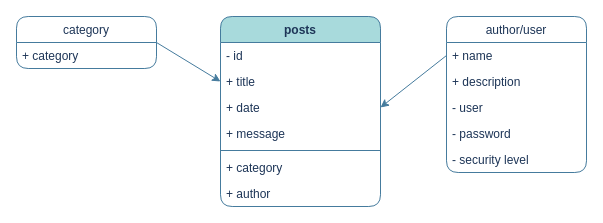
Earlier version of the draw.io diagram Doc/blog_bd.drawio (mendesleu/Projeto-Blog). Source tidied: cells renumbered, new cells numbered last; positions are measured from the earlier drawing's top-left corner, leaving out a move shared by most shapes. Both pictures are drawn from the tidied source at 100%, with x=0, y=0 at pixel (16, 16).
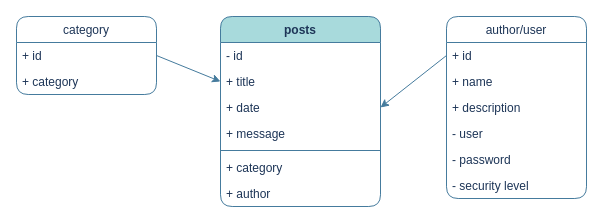
Above is the later version.

The edit, as a diff of the source:
```diff
@@
     <mxCell id="3" value="category" style="swimlane;fontStyle=0;horizontal=1;startSize=26;fillColor=none;strokeColor=#457B9D;fontColor=#1D3557;rounded=1;" parent="1" vertex="1">
-      <mxGeometry width="140" height="52" as="geometry" />
+      <mxGeometry width="140" height="78" as="geometry" />
     </mxCell>
-    <mxCell id="4" value="+ category" style="text;strokeColor=none;fillColor=none;align=left;verticalAlign=top;spacingLeft=4;spacingRight=4;overflow=hidden;fontColor=#1D3557;rounded=1;" parent="3" vertex="1">
+    <mxCell id="4" value="+ id" style="text;strokeColor=none;fillColor=none;align=left;verticalAlign=top;spacingLeft=4;spacingRight=4;overflow=hidden;fontColor=#1D3557;rounded=1;" parent="3" vertex="1">
       <mxGeometry y="26" width="140" height="26" as="geometry" />
     </mxCell>
+    <mxCell id="20" value="+ category" style="text;strokeColor=none;fillColor=none;align=left;verticalAlign=top;spacingLeft=4;spacingRight=4;overflow=hidden;fontColor=#1D3557;rounded=1;" parent="3" vertex="1">
+      <mxGeometry y="52" width="140" height="26" as="geometry" />
+    </mxCell>
@@
     <mxCell id="13" value="author/user" style="swimlane;fontStyle=0;horizontal=1;startSize=26;fillColor=none;strokeColor=#457B9D;fontColor=#1D3557;rounded=1;" parent="1" vertex="1">
-      <mxGeometry x="430" width="140" height="156" as="geometry" />
+      <mxGeometry x="430" width="140" height="182" as="geometry" />
     </mxCell>
-    <mxCell id="14" value="+ name" style="text;strokeColor=none;fillColor=none;align=left;verticalAlign=top;spacingLeft=4;spacingRight=4;overflow=hidden;points=[[0,0.5],[1,0.5]];portConstraint=eastwest;fontColor=#1D3557;rounded=1;" parent="13" vertex="1">
+    <mxCell id="14" value="+ id" style="text;strokeColor=none;fillColor=none;align=left;verticalAlign=top;spacingLeft=4;spacingRight=4;overflow=hidden;points=[[0,0.5],[1,0.5]];portConstraint=eastwest;fontColor=#1D3557;rounded=1;" parent="13" vertex="1">
       <mxGeometry y="26" width="140" height="26" as="geometry" />
     </mxCell>
+    <mxCell id="21" value="+ name" style="text;strokeColor=none;fillColor=none;align=left;verticalAlign=top;spacingLeft=4;spacingRight=4;overflow=hidden;fontColor=#1D3557;rounded=1;" parent="13" vertex="1">
+      <mxGeometry y="52" width="140" height="26" as="geometry" />
+    </mxCell>
     <mxCell id="15" value="+ description" style="text;strokeColor=none;fillColor=none;align=left;verticalAlign=top;spacingLeft=4;spacingRight=4;overflow=hidden;fontColor=#1D3557;rounded=1;" parent="13" vertex="1">
-      <mxGeometry y="52" width="140" height="26" as="geometry" />
+      <mxGeometry y="78" width="140" height="26" as="geometry" />
     </mxCell>
     <mxCell id="16" value="- user" style="text;strokeColor=none;fillColor=none;align=left;verticalAlign=top;spacingLeft=4;spacingRight=4;overflow=hidden;fontColor=#1D3557;rounded=1;" parent="13" vertex="1">
-      <mxGeometry y="78" width="140" height="26" as="geometry" />
+      <mxGeometry y="104" width="140" height="26" as="geometry" />
     </mxCell>
     <mxCell id="17" value="- password" style="text;strokeColor=none;fillColor=none;align=left;verticalAlign=top;spacingLeft=4;spacingRight=4;overflow=hidden;fontColor=#1D3557;rounded=1;" parent="13" vertex="1">
-      <mxGeometry y="104" width="140" height="26" as="geometry" />
+      <mxGeometry y="130" width="140" height="26" as="geometry" />
     </mxCell>
     <mxCell id="18" value="- security level" style="text;strokeColor=none;fillColor=none;align=left;verticalAlign=top;spacingLeft=4;spacingRight=4;overflow=hidden;fontColor=#1D3557;rounded=1;" parent="13" vertex="1">
-      <mxGeometry y="130" width="140" height="26" as="geometry" />
+      <mxGeometry y="156" width="140" height="26" as="geometry" />
     </mxCell>
```
